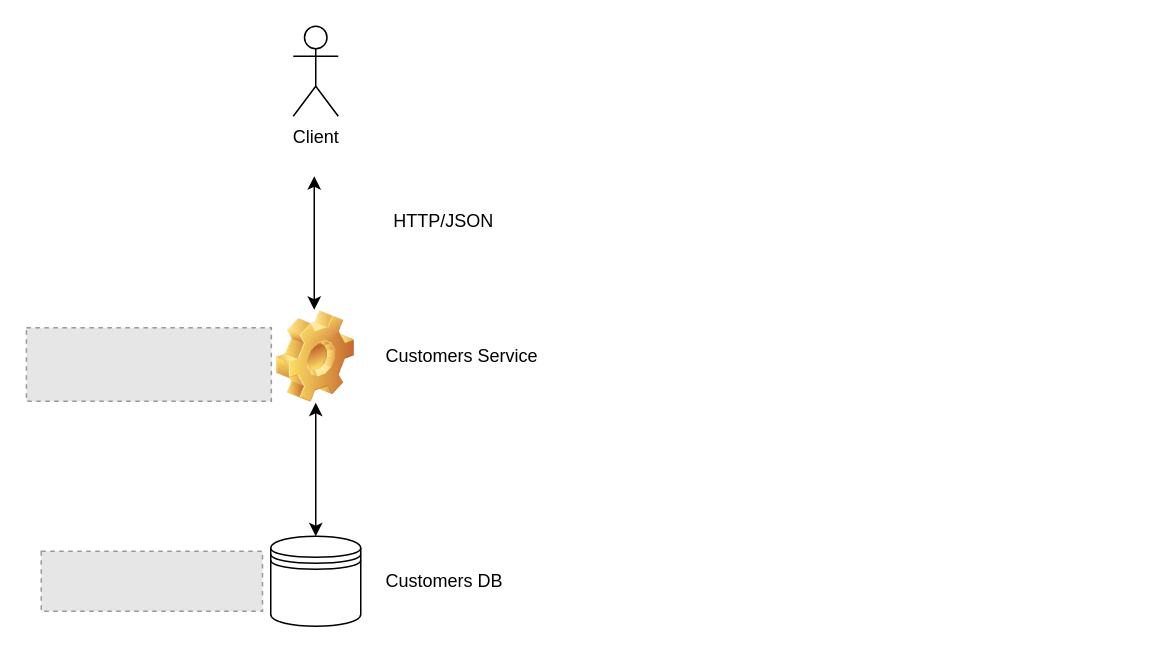
Above: labs/02-eCommerce_microservices/img/eCommerce.drawio in sunnyvale-academy/ITS-ICT_Microservices (draw.io), before the change. Source tidied: cells renumbered, new cells numbered last; positions are measured from the earlier drawing's top-left corner, leaving out a move shared by most shapes. Both pictures are drawn from the tidied source at 150%, with x=0, y=0 at pixel (26, 26). Pictures stored in the file or linked from it are replaced by grey dashed boxes.
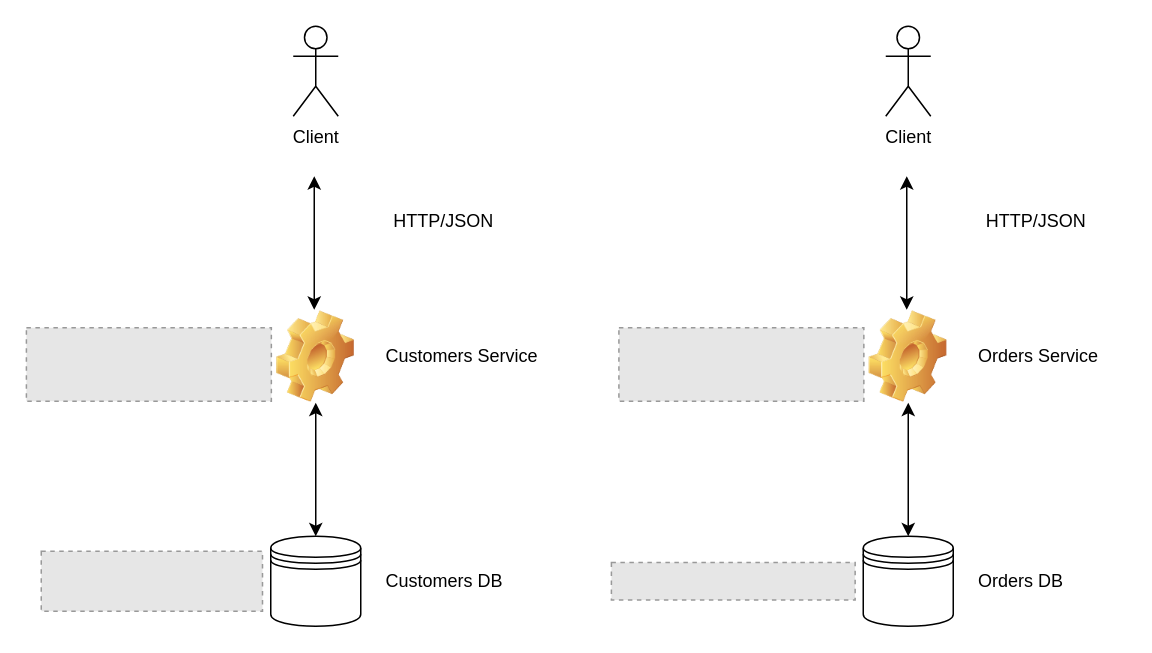
Above is the later version.

What changed in the source:
```diff
@@
+    <mxCell id="12" style="shape=datastore;whiteSpace=wrap;html=1;" parent="1" vertex="1">
+      <mxGeometry x="558" y="340" width="60" height="60" as="geometry" />
+    </mxCell>
+    <mxCell id="13" style="shape=image;html=1;verticalLabelPosition=bottom;verticalAlign=top;imageAspect=1;image=img/clipart/Gear_128x128.png;" parent="1" vertex="1">
+      <mxGeometry x="562" y="190" width="52" height="61" as="geometry" />
+    </mxCell>
+    <mxCell id="14" style="endArrow=classic;startArrow=classic;html=1;exitX=0.5;exitY=0;exitDx=0;exitDy=0;" parent="1" edge="1" source="12" target="13">
+      <mxGeometry relative="1" as="geometry" />
+    </mxCell>
+    <mxCell id="15" value="Client" style="shape=umlActor;verticalLabelPosition=bottom;verticalAlign=top;html=1;" parent="1" vertex="1">
+      <mxGeometry x="573" width="30" height="60" as="geometry" />
+    </mxCell>
+    <mxCell id="16" style="endArrow=classic;startArrow=classic;html=1;exitX=0.5;exitY=0;exitDx=0;exitDy=0;" parent="1" edge="1">
+      <mxGeometry relative="1" as="geometry">
+        <mxPoint x="587" y="189" as="sourcePoint" />
+        <mxPoint x="587" y="100" as="targetPoint" />
+      </mxGeometry>
+    </mxCell>
+    <mxCell id="17" value="Orders Service" style="text;html=1;align=left;verticalAlign=middle;fillColor=none;strokeColor=none;rounded=0;" parent="1" vertex="1">
+      <mxGeometry x="633" y="210" width="100" height="20" as="geometry" />
+    </mxCell>
+    <mxCell id="18" value="Orders DB" style="text;html=1;align=left;verticalAlign=middle;fillColor=none;strokeColor=none;rounded=0;" parent="1" vertex="1">
+      <mxGeometry x="633" y="360" width="70" height="20" as="geometry" />
+    </mxCell>
+    <mxCell id="19" style="fillColor=#E6E6E6;strokeColor=#999999;dashed=1;verticalLabelPosition=bottom;verticalAlign=top;" parent="1" vertex="1">
+      <mxGeometry x="395.1" y="201" width="163.3" height="49" as="geometry" />
+    </mxCell>
+    <mxCell id="20" value="HTTP/JSON" style="text;html=1;align=center;verticalAlign=middle;fillColor=none;strokeColor=none;rounded=0;" parent="1" vertex="1">
+      <mxGeometry x="633" y="120" width="80" height="20" as="geometry" />
+    </mxCell>
+    <mxCell id="21" style="fillColor=#E6E6E6;strokeColor=#999999;dashed=1;verticalLabelPosition=bottom;verticalAlign=top;" parent="1" vertex="1">
+      <mxGeometry x="390.1" y="357.5" width="162.5" height="25" as="geometry" />
+    </mxCell>
```
